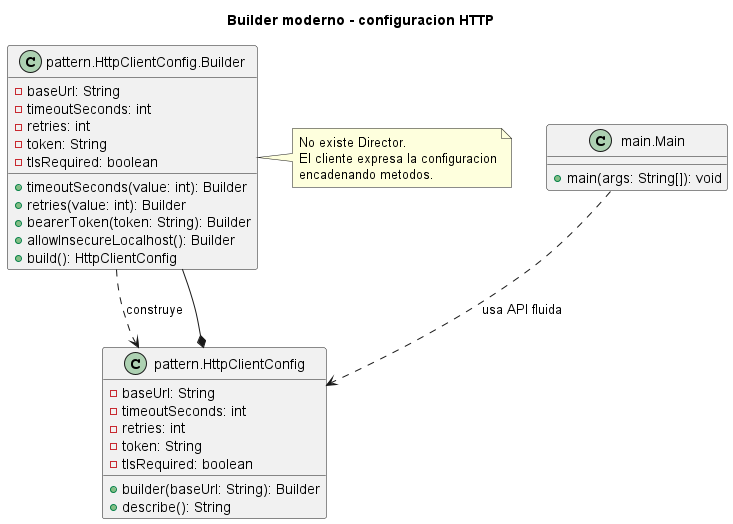
Before: 1. Creacionales/Builder/Ejemplo 4 - Builder moderno sin Director para configuracion HTTP/UML.png, a diagram exported from PlantUML (NicoCG32/Patrones-de-Software-y-Programacion-UCN). Its diagram source:
```plantuml
@startuml
title Builder moderno - configuracion HTTP
class "main.Main" as Main {
  +main(args: String[]): void
}
class "pattern.HttpClientConfig" as Config {
  -baseUrl: String
  -timeoutSeconds: int
  -retries: int
  -token: String
  -tlsRequired: boolean
  +builder(baseUrl: String): Builder
  +describe(): String
}
class "pattern.HttpClientConfig.Builder" as Builder {
  -baseUrl: String
  -timeoutSeconds: int
  -retries: int
  -token: String
  -tlsRequired: boolean
  +timeoutSeconds(value: int): Builder
  +retries(value: int): Builder
  +bearerToken(token: String): Builder
  +allowInsecureLocalhost(): Builder
  +build(): HttpClientConfig
}
Main ..> Config : usa API fluida
Config *-- Builder
Builder ..> Config : construye
note right of Builder
No existe Director.
El cliente expresa la configuracion
encadenando metodos.
end note
@enduml
```
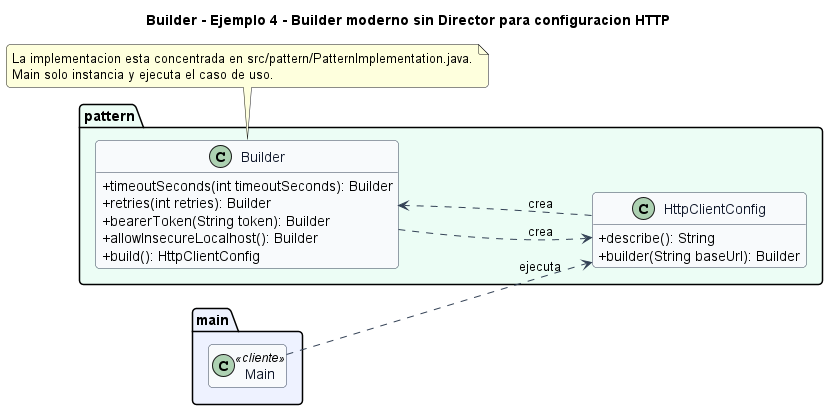
After the commit.

Change to the diagram source:
```diff
@@ -1,35 +1,42 @@
 @startuml
-title Builder moderno - configuracion HTTP
-class "main.Main" as Main {
-  +main(args: String[]): void
+title Builder - Ejemplo 4 - Builder moderno sin Director para configuracion HTTP
+left to right direction
+skinparam backgroundColor #FFFFFF
+skinparam shadowing false
+skinparam roundcorner 8
+skinparam classAttributeIconSize 0
+skinparam class {
+  BackgroundColor #F8FAFC
+  BorderColor #334155
+  ArrowColor #334155
+  FontColor #0F172A
 }
-class "pattern.HttpClientConfig" as Config {
-  -baseUrl: String
-  -timeoutSeconds: int
-  -retries: int
-  -token: String
-  -tlsRequired: boolean
-  +builder(baseUrl: String): Builder
-  +describe(): String
+hide empty members
+
+package "main" #EEF2FF {
+  class Main <<cliente>>
 }
-class "pattern.HttpClientConfig.Builder" as Builder {
-  -baseUrl: String
-  -timeoutSeconds: int
-  -retries: int
-  -token: String
-  -tlsRequired: boolean
-  +timeoutSeconds(value: int): Builder
-  +retries(value: int): Builder
-  +bearerToken(token: String): Builder
-  +allowInsecureLocalhost(): Builder
-  +build(): HttpClientConfig
+
+package "pattern" #ECFDF5 {
+  class HttpClientConfig {
+    +describe(): String
+    +builder(String baseUrl): Builder
+  }
+  class Builder {
+    +timeoutSeconds(int timeoutSeconds): Builder
+    +retries(int retries): Builder
+    +bearerToken(String token): Builder
+    +allowInsecureLocalhost(): Builder
+    +build(): HttpClientConfig
+  }
 }
-Main ..> Config : usa API fluida
-Config *-- Builder
-Builder ..> Config : construye
-note right of Builder
-No existe Director.
-El cliente expresa la configuracion
-encadenando metodos.
+
+HttpClientConfig ..> Builder : crea
+Builder ..> HttpClientConfig : crea
+Main ..> HttpClientConfig : ejecuta
+
+note bottom
+La implementacion esta concentrada en src/pattern/PatternImplementation.java.
+Main solo instancia y ejecuta el caso de uso.
 end note
 @enduml
```
